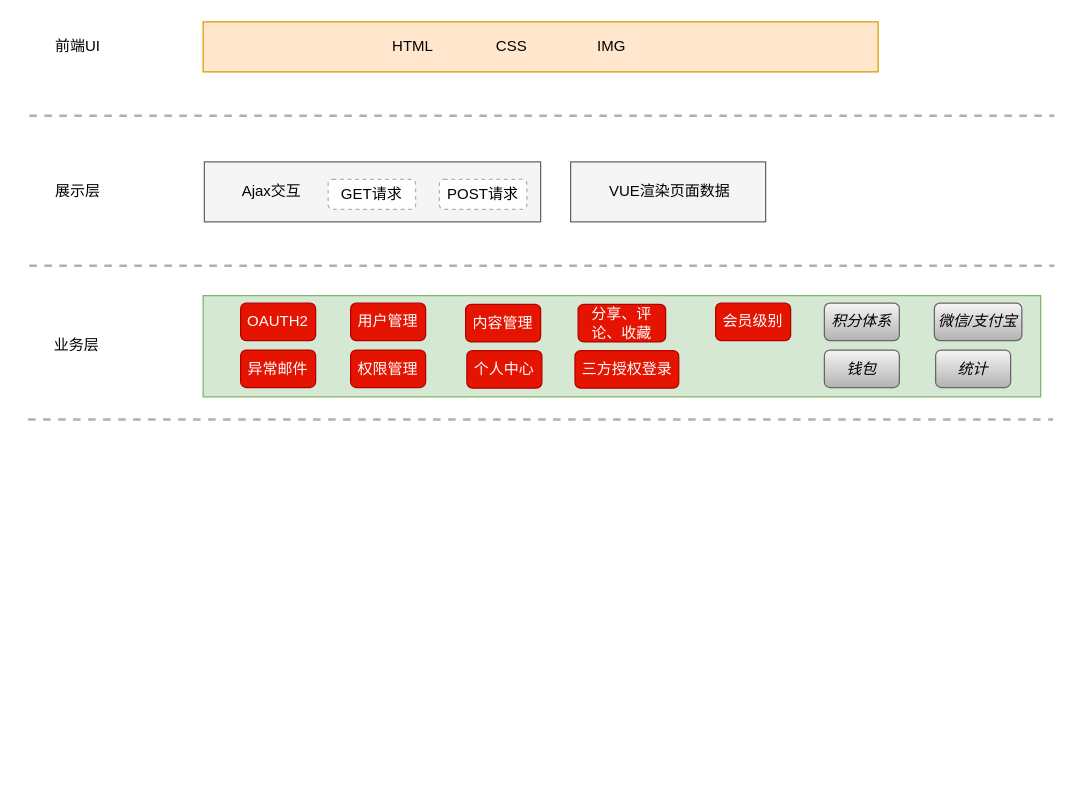
Above: 技术架构图.drawio in ammengke/my-drawio (draw.io), before the change. Source tidied: cells renumbered, new cells numbered last; positions are measured from the earlier drawing's top-left corner, leaving out a move shared by most shapes. Both pictures are drawn from the tidied source at 125%, with x=0, y=0 at pixel (28, 21).
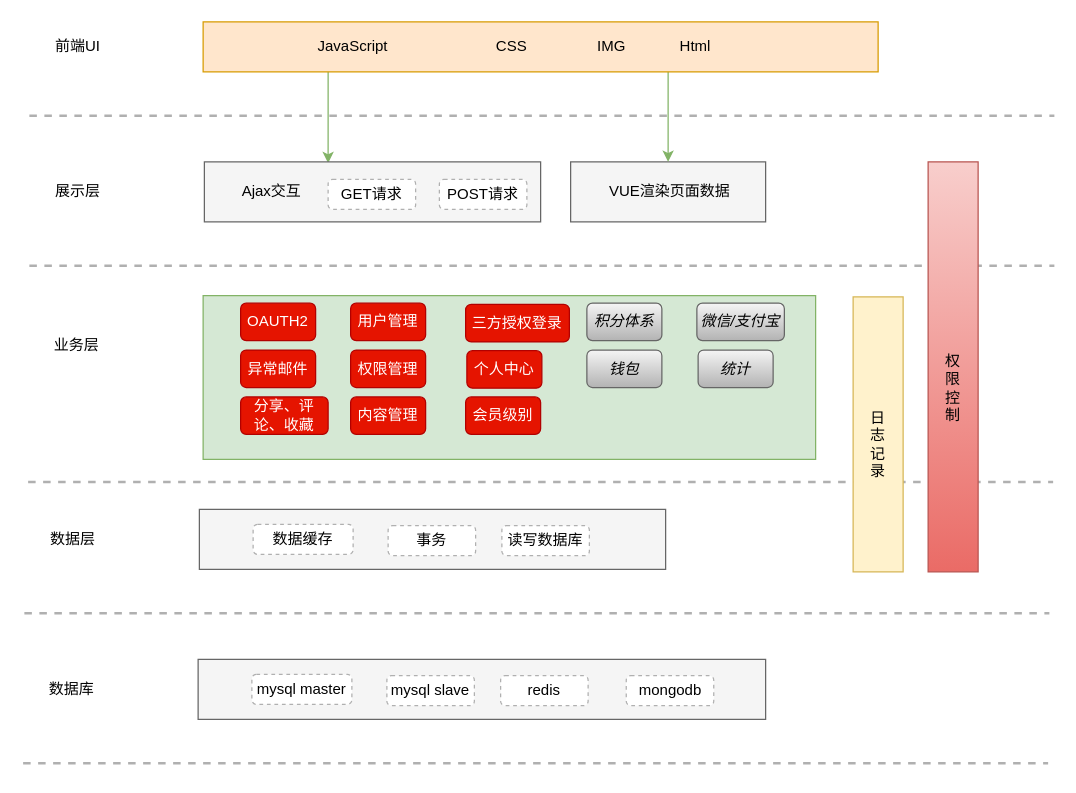
The same page after the edit.

Commit message:
Update 技术架构图.drawio

The change refers to these unchanged cells:
```xml
<mxCell id="2" style="rounded=0;whiteSpace=wrap;html=1;fillColor=#f5f5f5;strokeColor=#666666;fontColor=#333333;" parent="1" vertex="1">
  <mxGeometry x="434" y="112" width="156" height="48" as="geometry" />
</mxCell>
<mxCell id="3" style="rounded=0;whiteSpace=wrap;html=1;fillColor=#ffe6cc;strokeColor=#d79b00;" parent="1" vertex="1">
  <mxGeometry x="140" width="540" height="40" as="geometry" />
</mxCell>
<mxCell id="10" style="rounded=0;whiteSpace=wrap;html=1;fillColor=#f5f5f5;strokeColor=#666666;fontColor=#333333;" parent="1" vertex="1">
  <mxGeometry x="141" y="112" width="269" height="48" as="geometry" />
</mxCell>
```

Change to the diagram source:
```diff
@@
+    <mxCell id="32" style="edgeStyle=orthogonalEdgeStyle;rounded=0;jettySize=auto;html=1;entryX=0.368;entryY=0.021;entryDx=0;entryDy=0;entryPerimeter=0;fillColor=#d5e8d4;strokeColor=#82b366;" parent="1" edge="1" source="3" target="10">
+      <mxGeometry relative="1" as="geometry">
+        <Array as="points">
+          <mxPoint x="240" y="60" />
+          <mxPoint x="240" y="60" />
+        </Array>
+      </mxGeometry>
+    </mxCell>
+    <mxCell id="33" style="edgeStyle=orthogonalEdgeStyle;rounded=0;jettySize=auto;html=1;fillColor=#d5e8d4;strokeColor=#82b366;" parent="1" edge="1" source="3" target="2">
+      <mxGeometry relative="1" as="geometry">
+        <Array as="points">
+          <mxPoint x="512" y="60" />
+          <mxPoint x="512" y="60" />
+        </Array>
+      </mxGeometry>
+    </mxCell>
@@
-    <mxCell id="6" value="HTML" style="text;html=1;strokeColor=none;fillColor=none;align=center;verticalAlign=middle;whiteSpace=wrap;rounded=0;" parent="1" vertex="1">
-      <mxGeometry x="288" y="10" width="40" height="20" as="geometry" />
+    <mxCell id="6" value="Html" style="text;html=1;strokeColor=none;fillColor=none;align=center;verticalAlign=middle;whiteSpace=wrap;rounded=0;" parent="1" vertex="1">
+      <mxGeometry x="513.5" y="10" width="40" height="20" as="geometry" />
     </mxCell>
@@
     <mxCell id="16" style="line;strokeWidth=2;html=1;dashed=1;strokeColor=#B0B0B0;" parent="1" vertex="1">
-      <mxGeometry y="313" width="820" height="10" as="geometry" />
+      <mxGeometry y="363" width="820" height="10" as="geometry" />
     </mxCell>
@@
     <mxCell id="18" style="rounded=0;whiteSpace=wrap;html=1;strokeColor=#82b366;fillColor=#d5e8d4;" parent="1" vertex="1">
-      <mxGeometry x="140" y="219" width="670" height="81" as="geometry" />
+      <mxGeometry x="140" y="219" width="490" height="131" as="geometry" />
     </mxCell>
@@
     <mxCell id="23" value="内容管理" style="rounded=1;whiteSpace=wrap;html=1;strokeColor=#B20000;fillColor=#e51400;fontColor=#ffffff;" parent="1" vertex="1">
-      <mxGeometry x="350" y="226" width="60" height="30" as="geometry" />
+      <mxGeometry x="258" y="300" width="60" height="30" as="geometry" />
     </mxCell>
     <mxCell id="24" value="统计" style="rounded=1;whiteSpace=wrap;html=1;strokeColor=#666666;fillColor=#f5f5f5;fontStyle=2;gradientColor=#b3b3b3;" parent="1" vertex="1">
-      <mxGeometry x="726" y="262.5" width="60" height="30" as="geometry" />
+      <mxGeometry x="536" y="262.5" width="60" height="30" as="geometry" />
     </mxCell>
     <mxCell id="25" value="积分体系" style="rounded=1;whiteSpace=wrap;html=1;strokeColor=#666666;fillColor=#f5f5f5;fontStyle=2;gradientColor=#b3b3b3;" parent="1" vertex="1">
-      <mxGeometry x="637" y="225" width="60" height="30" as="geometry" />
+      <mxGeometry x="447" y="225" width="60" height="30" as="geometry" />
     </mxCell>
     <mxCell id="26" value="会员级别" style="rounded=1;whiteSpace=wrap;html=1;strokeColor=#B20000;fillColor=#e51400;fontColor=#ffffff;" parent="1" vertex="1">
-      <mxGeometry x="550" y="225" width="60" height="30" as="geometry" />
+      <mxGeometry x="350" y="300" width="60" height="30" as="geometry" />
     </mxCell>
@@
     <mxCell id="28" value="钱包" style="rounded=1;whiteSpace=wrap;html=1;strokeColor=#666666;fillColor=#f5f5f5;fontStyle=2;gradientColor=#b3b3b3;" parent="1" vertex="1">
-      <mxGeometry x="637" y="262.5" width="60" height="30" as="geometry" />
+      <mxGeometry x="447" y="262.5" width="60" height="30" as="geometry" />
     </mxCell>
     <mxCell id="29" value="微信/支付宝" style="rounded=1;whiteSpace=wrap;html=1;strokeColor=#666666;fillColor=#f5f5f5;fontStyle=2;gradientColor=#b3b3b3;" parent="1" vertex="1">
-      <mxGeometry x="725" y="225" width="70" height="30" as="geometry" />
+      <mxGeometry x="535" y="225" width="70" height="30" as="geometry" />
     </mxCell>
     <mxCell id="30" value="三方授权登录" style="rounded=1;whiteSpace=wrap;html=1;strokeColor=#B20000;fillColor=#e51400;fontColor=#ffffff;" parent="1" vertex="1">
-      <mxGeometry x="437.5" y="263" width="83" height="30" as="geometry" />
+      <mxGeometry x="350" y="226" width="83" height="30" as="geometry" />
     </mxCell>
     <mxCell id="31" value="分享、评论、收藏" style="rounded=1;whiteSpace=wrap;html=1;strokeColor=#B20000;fillColor=#e51400;fontColor=#ffffff;" parent="1" vertex="1">
-      <mxGeometry x="440" y="226" width="70" height="30" as="geometry" />
+      <mxGeometry x="170" y="300" width="70" height="30" as="geometry" />
     </mxCell>
+    <mxCell id="34" style="rounded=0;whiteSpace=wrap;html=1;fillColor=#f5f5f5;strokeColor=#666666;fontColor=#333333;" parent="1" vertex="1">
+      <mxGeometry x="137" y="390" width="373" height="48" as="geometry" />
+    </mxCell>
+    <mxCell id="35" style="line;strokeWidth=2;html=1;dashed=1;strokeColor=#B0B0B0;" parent="1" vertex="1">
+      <mxGeometry x="-3" y="468" width="820" height="10" as="geometry" />
+    </mxCell>
+    <mxCell id="36" value="数据层" style="text;html=1;strokeColor=none;fillColor=none;align=center;verticalAlign=middle;whiteSpace=wrap;rounded=0;" parent="1" vertex="1">
+      <mxGeometry x="16" y="404" width="40" height="20" as="geometry" />
+    </mxCell>
+    <mxCell id="37" value="事务" style="rounded=1;whiteSpace=wrap;html=1;dashed=1;strokeColor=#B0B0B0;" parent="1" vertex="1">
+      <mxGeometry x="288" y="403" width="70" height="24" as="geometry" />
+    </mxCell>
+    <mxCell id="38" value="读写数据库" style="rounded=1;whiteSpace=wrap;html=1;dashed=1;strokeColor=#B0B0B0;" parent="1" vertex="1">
+      <mxGeometry x="379" y="403" width="70" height="24" as="geometry" />
+    </mxCell>
+    <mxCell id="39" value="数据缓存" style="rounded=1;whiteSpace=wrap;html=1;dashed=1;strokeColor=#B0B0B0;" parent="1" vertex="1">
+      <mxGeometry x="180" y="402" width="80" height="24" as="geometry" />
+    </mxCell>
+    <mxCell id="40" value="JavaScript" style="text;html=1;strokeColor=none;fillColor=none;align=center;verticalAlign=middle;whiteSpace=wrap;rounded=0;" parent="1" vertex="1">
+      <mxGeometry x="240" y="10" width="40" height="20" as="geometry" />
+    </mxCell>
+    <mxCell id="41" style="rounded=0;whiteSpace=wrap;html=1;fillColor=#fff2cc;strokeColor=#d6b656;" parent="1" vertex="1">
+      <mxGeometry x="660" y="220" width="40" height="220" as="geometry" />
+    </mxCell>
+    <mxCell id="42" value="日志记录" style="text;html=1;strokeColor=none;fillColor=none;align=center;verticalAlign=middle;whiteSpace=wrap;rounded=0;" parent="1" vertex="1">
+      <mxGeometry x="670" y="286" width="20" height="104" as="geometry" />
+    </mxCell>
+    <mxCell id="43" style="rounded=0;whiteSpace=wrap;html=1;fillColor=#f8cecc;strokeColor=#b85450;gradientColor=#ea6b66;" parent="1" vertex="1">
+      <mxGeometry x="720" y="112" width="40" height="328" as="geometry" />
+    </mxCell>
+    <mxCell id="44" value="权限控制" style="text;html=1;strokeColor=none;fillColor=none;align=center;verticalAlign=middle;whiteSpace=wrap;rounded=0;" parent="1" vertex="1">
+      <mxGeometry x="730" y="175" width="20" height="235" as="geometry" />
+    </mxCell>
+    <mxCell id="45" style="rounded=0;whiteSpace=wrap;html=1;fillColor=#f5f5f5;strokeColor=#666666;fontColor=#333333;" parent="1" vertex="1">
+      <mxGeometry x="136" y="510" width="454" height="48" as="geometry" />
+    </mxCell>
+    <mxCell id="46" style="line;strokeWidth=2;html=1;dashed=1;strokeColor=#B0B0B0;" parent="1" vertex="1">
+      <mxGeometry x="-4" y="588" width="820" height="10" as="geometry" />
+    </mxCell>
+    <mxCell id="47" value="数据库" style="text;html=1;strokeColor=none;fillColor=none;align=center;verticalAlign=middle;whiteSpace=wrap;rounded=0;" parent="1" vertex="1">
+      <mxGeometry x="15" y="524" width="40" height="20" as="geometry" />
+    </mxCell>
+    <mxCell id="48" value="mysql&amp;nbsp;slave" style="rounded=1;whiteSpace=wrap;html=1;dashed=1;strokeColor=#B0B0B0;" parent="1" vertex="1">
+      <mxGeometry x="287" y="523" width="70" height="24" as="geometry" />
+    </mxCell>
+    <mxCell id="49" value="redis" style="rounded=1;whiteSpace=wrap;html=1;dashed=1;strokeColor=#B0B0B0;" parent="1" vertex="1">
+      <mxGeometry x="378" y="523" width="70" height="24" as="geometry" />
+    </mxCell>
+    <mxCell id="50" value="mysql&amp;nbsp;master" style="rounded=1;whiteSpace=wrap;html=1;dashed=1;strokeColor=#B0B0B0;" parent="1" vertex="1">
+      <mxGeometry x="179" y="522" width="80" height="24" as="geometry" />
+    </mxCell>
+    <mxCell id="51" value="mongodb" style="rounded=1;whiteSpace=wrap;html=1;dashed=1;strokeColor=#B0B0B0;" parent="1" vertex="1">
+      <mxGeometry x="478.5" y="523" width="70" height="24" as="geometry" />
+    </mxCell>
```
